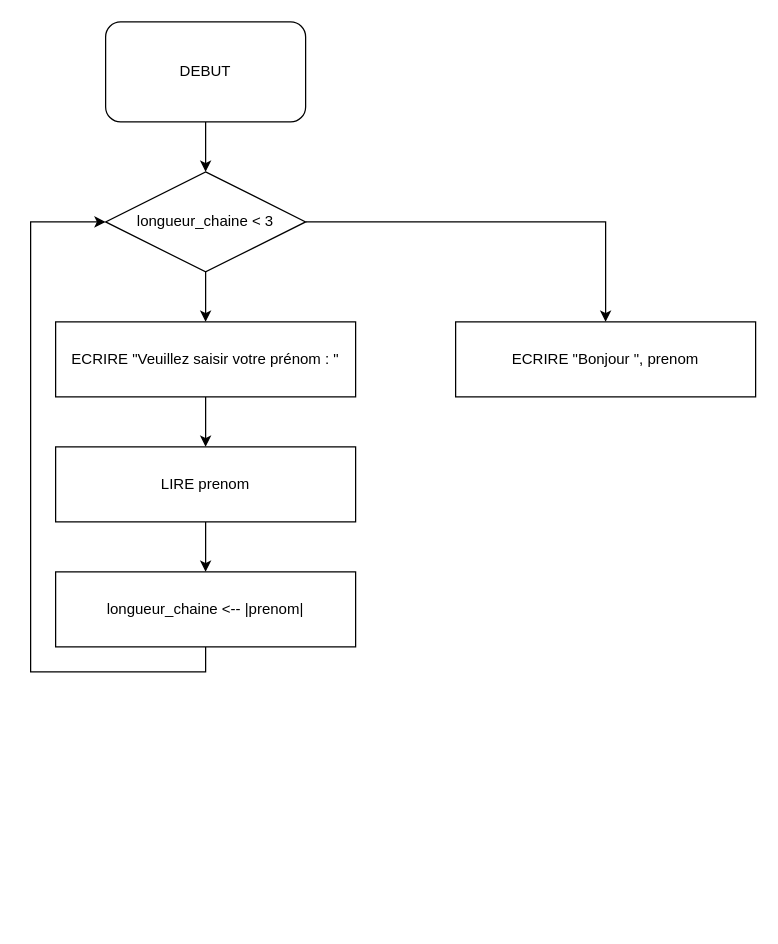
This is ALGORITHME/3.1 Controler la saisie.drawio from D-CRAVO/FORMATION-DWWM-2022, a draw.io file, before an edit. Source tidied: cells renumbered, new cells numbered last; positions are measured from the earlier drawing's top-left corner, leaving out a move shared by most shapes. Both pictures are drawn from the tidied source at 125%, with x=0, y=0 at pixel (30, 21).
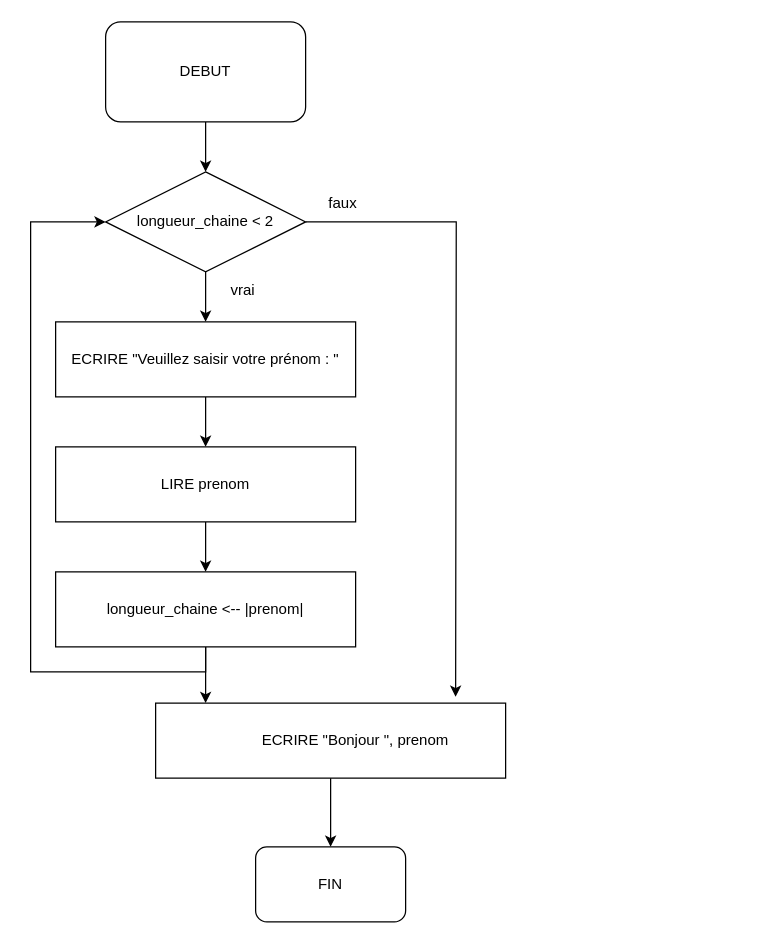
After the change.

The change refers to these unchanged cells:
```xml
<mxCell id="5" style="rhombus;whiteSpace=wrap;html=1;fillColor=none;" parent="1" vertex="1">
  <mxGeometry x="60" y="120" width="160" height="80" as="geometry" />
</mxCell>
<mxCell id="12" style="rounded=0;whiteSpace=wrap;html=1;fillColor=none;" parent="1" vertex="1">
  <mxGeometry x="20" y="440" width="240" height="60" as="geometry" />
</mxCell>
```

Diff of the diagram source:
```diff
@@
-    <mxCell id="4" style="edgeStyle=orthogonalEdgeStyle;rounded=0;jettySize=auto;html=1;entryX=0.5;entryY=0;entryDx=0;entryDy=0;" parent="1" edge="1" source="5" target="14">
-      <mxGeometry relative="1" as="geometry" />
+    <mxCell id="4" style="edgeStyle=orthogonalEdgeStyle;rounded=0;jettySize=auto;html=1;" parent="1" edge="1" source="5">
+      <mxGeometry relative="1" as="geometry">
+        <mxPoint x="340" y="540" as="targetPoint" />
+      </mxGeometry>
     </mxCell>
@@
-    <mxCell id="6" value="longueur_chaine &amp;lt; 3" style="text;html=1;strokeColor=none;fillColor=none;align=center;verticalAlign=middle;whiteSpace=wrap;rounded=0;" parent="1" vertex="1">
+    <mxCell id="6" value="longueur_chaine &amp;lt; 2" style="text;html=1;strokeColor=none;fillColor=none;align=center;verticalAlign=middle;whiteSpace=wrap;rounded=0;" parent="1" vertex="1">
       <mxGeometry x="70" y="145" width="140" height="30" as="geometry" />
     </mxCell>
@@
     <mxCell id="14" style="rounded=0;whiteSpace=wrap;html=1;fillColor=none;" parent="1" vertex="1">
-      <mxGeometry x="340" y="240" width="240" height="60" as="geometry" />
+      <mxGeometry x="100" y="545" width="280" height="60" as="geometry" />
     </mxCell>
     <mxCell id="15" value="ECRIRE &quot;Bonjour &quot;, prenom" style="text;html=1;strokeColor=none;fillColor=none;align=center;verticalAlign=middle;whiteSpace=wrap;rounded=0;" parent="1" vertex="1">
-      <mxGeometry x="340" y="255" width="240" height="30" as="geometry" />
+      <mxGeometry x="140" y="560" width="240" height="30" as="geometry" />
     </mxCell>
@@
+    <mxCell id="20" style="endArrow=classic;html=1;rounded=0;exitX=0.5;exitY=1;exitDx=0;exitDy=0;" parent="1" edge="1" source="12">
+      <mxGeometry relative="1" as="geometry">
+        <mxPoint x="140" y="545" as="targetPoint" />
+      </mxGeometry>
+    </mxCell>
+    <mxCell id="21" value="FIN" style="text;html=1;strokeColor=none;fillColor=none;align=center;verticalAlign=middle;whiteSpace=wrap;rounded=0;" parent="1" vertex="1">
+      <mxGeometry x="210" y="675" width="60" height="30" as="geometry" />
+    </mxCell>
+    <mxCell id="22" style="rounded=1;whiteSpace=wrap;html=1;fillColor=none;" parent="1" vertex="1">
+      <mxGeometry x="180" y="660" width="120" height="60" as="geometry" />
+    </mxCell>
+    <mxCell id="23" style="endArrow=classic;html=1;rounded=0;entryX=0.5;entryY=0;entryDx=0;entryDy=0;" parent="1" edge="1" source="14" target="22">
+      <mxGeometry relative="1" as="geometry" />
+    </mxCell>
+    <mxCell id="24" value="vrai" style="text;html=1;strokeColor=none;fillColor=none;align=center;verticalAlign=middle;whiteSpace=wrap;rounded=0;" parent="1" vertex="1">
+      <mxGeometry x="140" y="200" width="60" height="30" as="geometry" />
+    </mxCell>
+    <mxCell id="25" value="faux" style="text;html=1;strokeColor=none;fillColor=none;align=center;verticalAlign=middle;whiteSpace=wrap;rounded=0;" parent="1" vertex="1">
+      <mxGeometry x="220" y="130" width="60" height="30" as="geometry" />
+    </mxCell>
```
